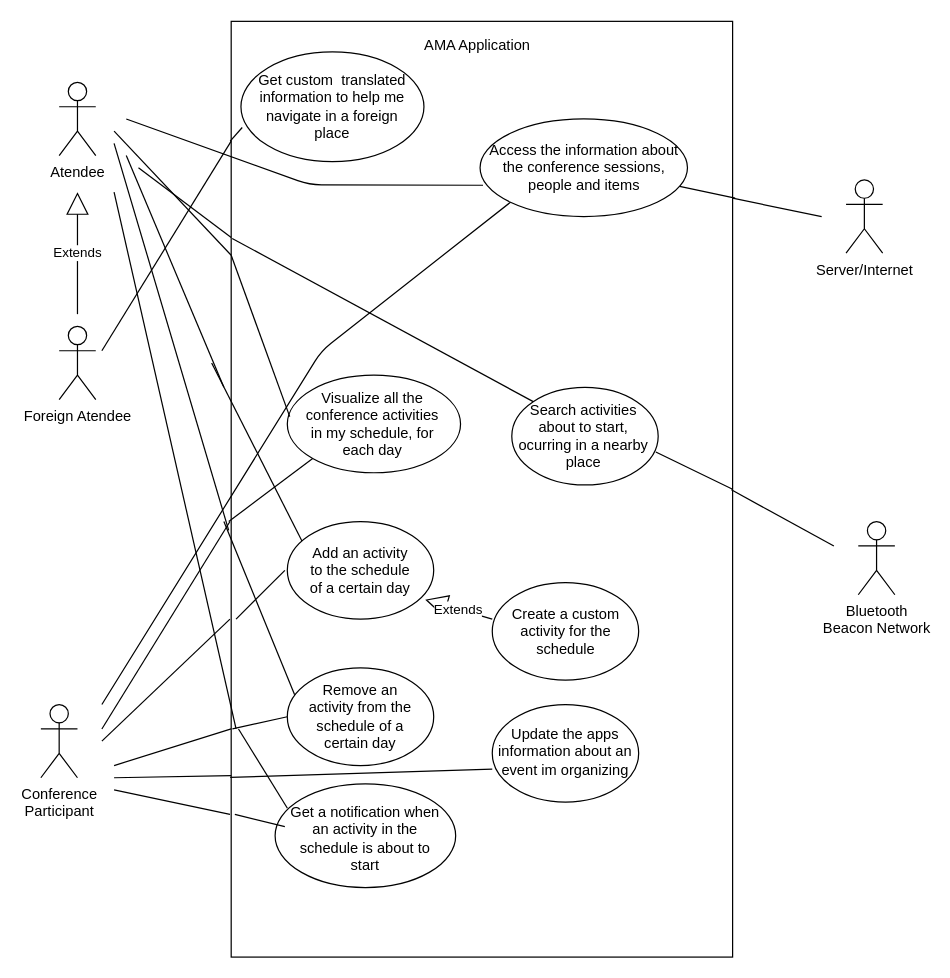
Above: docs/UseCaseDiagram.drawio in softeng-feup/open-cx-mr-simba (draw.io), before the change. Source tidied: cells renumbered, new cells numbered last; positions are measured from the earlier drawing's top-left corner, leaving out a move shared by most shapes. Both pictures are drawn from the tidied source at 122%, with x=0, y=0 at pixel (13, 33).
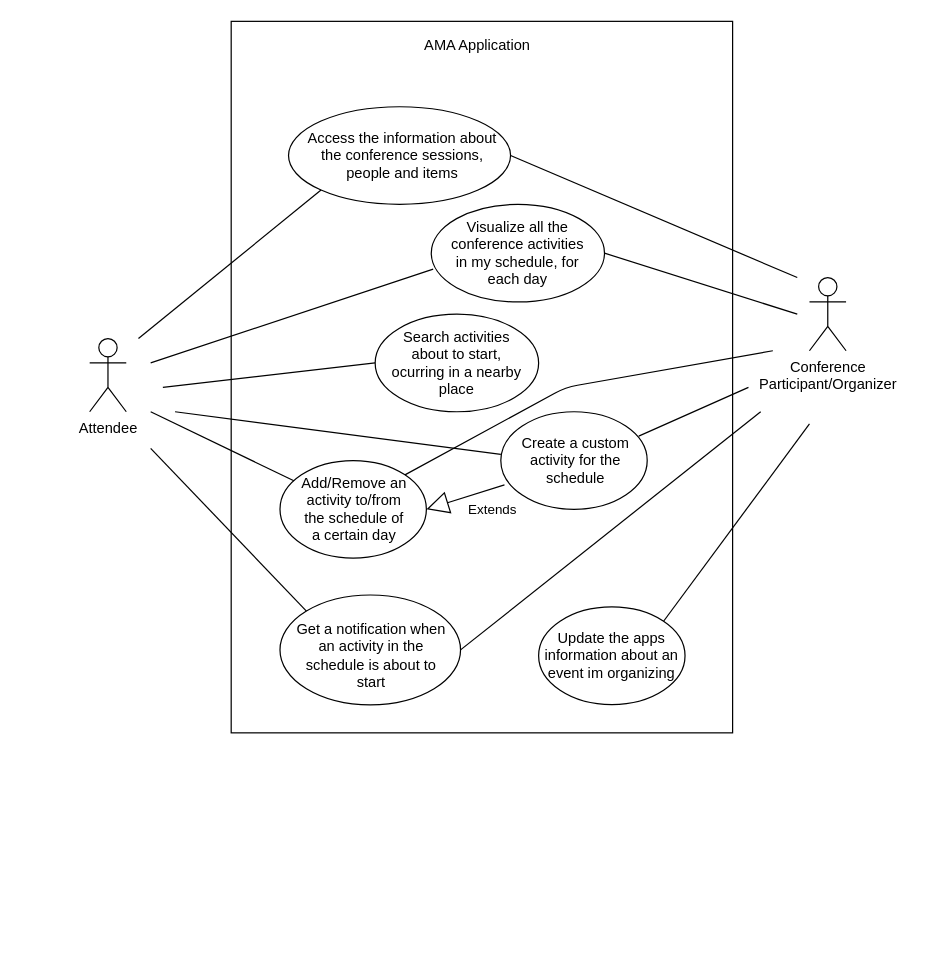
The same page after the edit.

Commit message (it also covers changes not shown here):
Updated use case diagram

Diff of the diagram source:
```diff
@@
-    <mxCell id="2" value="Atendee" style="shape=umlActor;html=1;verticalLabelPosition=bottom;verticalAlign=top;align=center;" parent="1" vertex="1">
-      <mxGeometry x="37" y="40" width="30" height="60" as="geometry" />
+    <mxCell id="2" value="Attendee" style="shape=umlActor;html=1;verticalLabelPosition=bottom;verticalAlign=top;align=center;" parent="1" vertex="1">
+      <mxGeometry x="62" y="250" width="30" height="60" as="geometry" />
     </mxCell>
-    <mxCell id="3" value="Conference&lt;br&gt;Participant" style="shape=umlActor;html=1;verticalLabelPosition=bottom;verticalAlign=top;align=center;" parent="1" vertex="1">
-      <mxGeometry x="22" y="550" width="30" height="60" as="geometry" />
+    <mxCell id="3" value="Conference&lt;br&gt;Participant/Organizer" style="shape=umlActor;html=1;verticalLabelPosition=bottom;verticalAlign=top;align=center;" parent="1" vertex="1">
+      <mxGeometry x="652" y="200" width="30" height="60" as="geometry" />
     </mxCell>
-    <mxCell id="4" value="Bluetooth &lt;br&gt;Beacon Network" style="shape=umlActor;html=1;verticalLabelPosition=bottom;verticalAlign=top;align=center;" parent="1" vertex="1">
-      <mxGeometry x="692" y="400" width="30" height="60" as="geometry" />
-    </mxCell>
     <mxCell id="5" style="rounded=0;whiteSpace=wrap;html=1;rotation=90;" parent="1" vertex="1">
-      <mxGeometry y="168" width="767" height="411" as="geometry" />
+      <mxGeometry x="91.9" y="76.1" width="583.2" height="411" as="geometry" />
     </mxCell>
@@
     <mxCell id="7" style="ellipse;whiteSpace=wrap;html=1;" parent="1" vertex="1">
-      <mxGeometry x="224" y="280" width="142" height="80" as="geometry" />
+      <mxGeometry x="342" y="140" width="142" height="80" as="geometry" />
     </mxCell>
     <mxCell id="8" value="Visualize all the conference activities in my schedule, for each day" style="text;html=1;strokeColor=none;fillColor=none;align=center;verticalAlign=middle;whiteSpace=wrap;rounded=0;" parent="1" vertex="1">
-      <mxGeometry x="238" y="310" width="112" height="20" as="geometry" />
+      <mxGeometry x="357" y="170" width="112" height="20" as="geometry" />
     </mxCell>
-    <mxCell id="9" style="endArrow=none;html=1;entryX=0.25;entryY=1;entryDx=0;entryDy=0;" parent="1" edge="1" target="5">
-      <mxGeometry relative="1" as="geometry">
-        <mxPoint x="82" y="80" as="sourcePoint" />
-      </mxGeometry>
-    </mxCell>
-    <mxCell id="10" style="endArrow=none;html=1;entryX=0.014;entryY=0.425;entryDx=0;entryDy=0;entryPerimeter=0;exitX=0.25;exitY=1;exitDx=0;exitDy=0;" parent="1" edge="1" source="5" target="7">
-      <mxGeometry relative="1" as="geometry" />
-    </mxCell>
     <mxCell id="11" style="ellipse;whiteSpace=wrap;html=1;" parent="1" vertex="1">
-      <mxGeometry x="224" y="400" width="120" height="80" as="geometry" />
+      <mxGeometry x="218" y="350" width="120" height="80" as="geometry" />
     </mxCell>
-    <mxCell id="12" style="endArrow=none;html=1;" parent="1" edge="1">
-      <mxGeometry relative="1" as="geometry">
-        <mxPoint x="72" y="570" as="sourcePoint" />
-        <mxPoint x="177" y="400" as="targetPoint" />
-      </mxGeometry>
-    </mxCell>
-    <mxCell id="13" style="endArrow=none;html=1;entryX=0;entryY=1;entryDx=0;entryDy=0;" parent="1" edge="1" target="7">
-      <mxGeometry relative="1" as="geometry">
-        <mxPoint x="176" y="400" as="sourcePoint" />
-      </mxGeometry>
-    </mxCell>
-    <mxCell id="14" value="Add an activity to the schedule of a certain day" style="text;html=1;strokeColor=none;fillColor=none;align=center;verticalAlign=middle;whiteSpace=wrap;rounded=0;" parent="1" vertex="1">
-      <mxGeometry x="238" y="430" width="92" height="20" as="geometry" />
-    </mxCell>
-    <mxCell id="15" style="ellipse;whiteSpace=wrap;html=1;" parent="1" vertex="1">
-      <mxGeometry x="224" y="520" width="120" height="80" as="geometry" />
-    </mxCell>
-    <mxCell id="16" value="Remove an activity from the schedule of a certain day" style="text;html=1;strokeColor=none;fillColor=none;align=center;verticalAlign=middle;whiteSpace=wrap;rounded=0;" parent="1" vertex="1">
-      <mxGeometry x="234" y="550" width="100" height="20" as="geometry" />
-    </mxCell>
     <mxCell id="17" style="ellipse;whiteSpace=wrap;html=1;" parent="1" vertex="1">
-      <mxGeometry x="214" y="615" width="148" height="85" as="geometry" />
+      <mxGeometry x="218" y="460.2" width="148" height="90" as="geometry" />
     </mxCell>
     <mxCell id="18" value="Get a notification when an activity in the schedule is about to start" style="text;html=1;strokeColor=none;fillColor=none;align=center;verticalAlign=middle;whiteSpace=wrap;rounded=0;" parent="1" vertex="1">
-      <mxGeometry x="224" y="650" width="128" height="20" as="geometry" />
+      <mxGeometry x="229" y="500" width="128" height="20" as="geometry" />
     </mxCell>
-    <mxCell id="19" style="endArrow=none;html=1;entryX=0.544;entryY=1.005;entryDx=0;entryDy=0;entryPerimeter=0;" parent="1" edge="1" target="5">
-      <mxGeometry relative="1" as="geometry">
-        <mxPoint x="82" y="90" as="sourcePoint" />
-      </mxGeometry>
-    </mxCell>
-    <mxCell id="20" style="endArrow=none;html=1;entryX=0.1;entryY=0.2;entryDx=0;entryDy=0;entryPerimeter=0;" parent="1" edge="1" target="11">
-      <mxGeometry relative="1" as="geometry">
-        <mxPoint x="162" y="270" as="sourcePoint" />
-      </mxGeometry>
-    </mxCell>
-    <mxCell id="21" style="endArrow=none;html=1;" parent="1" edge="1">
-      <mxGeometry relative="1" as="geometry">
-        <mxPoint x="72" y="580" as="sourcePoint" />
-        <mxPoint x="177" y="480" as="targetPoint" />
-      </mxGeometry>
-    </mxCell>
-    <mxCell id="22" style="endArrow=none;html=1;" parent="1" edge="1">
-      <mxGeometry relative="1" as="geometry">
-        <mxPoint x="182" y="480" as="sourcePoint" />
-        <mxPoint x="222" y="440" as="targetPoint" />
-      </mxGeometry>
-    </mxCell>
-    <mxCell id="23" style="endArrow=none;html=1;entryX=0.05;entryY=0.275;entryDx=0;entryDy=0;entryPerimeter=0;" parent="1" edge="1" target="15">
-      <mxGeometry relative="1" as="geometry">
-        <mxPoint x="172" y="400" as="sourcePoint" />
-      </mxGeometry>
-    </mxCell>
-    <mxCell id="24" style="endArrow=none;html=1;" parent="1" edge="1">
-      <mxGeometry relative="1" as="geometry">
-        <mxPoint x="82" y="600" as="sourcePoint" />
-        <mxPoint x="178" y="570" as="targetPoint" />
-      </mxGeometry>
-    </mxCell>
-    <mxCell id="25" style="endArrow=none;html=1;entryX=0;entryY=0.5;entryDx=0;entryDy=0;" parent="1" edge="1" target="15">
-      <mxGeometry relative="1" as="geometry">
-        <mxPoint x="179" y="570" as="sourcePoint" />
-      </mxGeometry>
-    </mxCell>
-    <mxCell id="26" style="endArrow=none;html=1;" parent="1" edge="1">
-      <mxGeometry relative="1" as="geometry">
-        <mxPoint x="82" y="130" as="sourcePoint" />
-        <mxPoint x="182" y="570" as="targetPoint" />
-      </mxGeometry>
-    </mxCell>
-    <mxCell id="27" style="endArrow=none;html=1;entryX=0.068;entryY=0.235;entryDx=0;entryDy=0;entryPerimeter=0;" parent="1" edge="1" target="17">
-      <mxGeometry relative="1" as="geometry">
-        <mxPoint x="184" y="570" as="sourcePoint" />
-      </mxGeometry>
-    </mxCell>
-    <mxCell id="28" style="endArrow=none;html=1;" parent="1" edge="1">
-      <mxGeometry relative="1" as="geometry">
-        <mxPoint x="82" y="620" as="sourcePoint" />
-        <mxPoint x="177" y="640" as="targetPoint" />
-      </mxGeometry>
-    </mxCell>
-    <mxCell id="29" style="endArrow=none;html=1;entryX=0.054;entryY=0.412;entryDx=0;entryDy=0;entryPerimeter=0;" parent="1" edge="1" target="17">
-      <mxGeometry relative="1" as="geometry">
-        <mxPoint x="181" y="640" as="sourcePoint" />
-      </mxGeometry>
-    </mxCell>
     <mxCell id="30" style="ellipse;whiteSpace=wrap;html=1;" parent="1" vertex="1">
-      <mxGeometry x="408" y="290" width="120" height="80" as="geometry" />
+      <mxGeometry x="296" y="230" width="134" height="80" as="geometry" />
     </mxCell>
     <mxCell id="31" value="Search activities about to start, ocurring in a nearby place" style="text;html=1;strokeColor=none;fillColor=none;align=center;verticalAlign=middle;whiteSpace=wrap;rounded=0;" parent="1" vertex="1">
-      <mxGeometry x="406" y="320" width="122" height="20" as="geometry" />
+      <mxGeometry x="302" y="260" width="122" height="20" as="geometry" />
     </mxCell>
-    <mxCell id="32" style="endArrow=none;html=1;" parent="1" edge="1">
-      <mxGeometry relative="1" as="geometry">
-        <mxPoint x="92" y="100" as="sourcePoint" />
-        <mxPoint x="172" y="290" as="targetPoint" />
-      </mxGeometry>
-    </mxCell>
-    <mxCell id="33" style="endArrow=none;html=1;exitX=0.232;exitY=0.998;exitDx=0;exitDy=0;exitPerimeter=0;entryX=0;entryY=0;entryDx=0;entryDy=0;" parent="1" edge="1" source="5" target="30">
-      <mxGeometry relative="1" as="geometry" />
-    </mxCell>
-    <mxCell id="34" style="endArrow=none;html=1;" parent="1" edge="1">
-      <mxGeometry relative="1" as="geometry">
-        <mxPoint x="588" y="374" as="sourcePoint" />
-        <mxPoint x="672" y="420" as="targetPoint" />
-      </mxGeometry>
-    </mxCell>
-    <mxCell id="35" style="endArrow=none;html=1;exitX=0.984;exitY=1.15;exitDx=0;exitDy=0;exitPerimeter=0;entryX=0.5;entryY=0;entryDx=0;entryDy=0;" parent="1" edge="1" source="31" target="5">
-      <mxGeometry relative="1" as="geometry" />
-    </mxCell>
-    <mxCell id="36" style="ellipse;whiteSpace=wrap;html=1;" parent="1" vertex="1">
-      <mxGeometry x="186" y="15" width="150" height="90" as="geometry" />
-    </mxCell>
-    <mxCell id="37" style="endArrow=none;html=1;entryX=0.231;entryY=1;entryDx=0;entryDy=0;entryPerimeter=0;" parent="1" edge="1" target="5">
-      <mxGeometry relative="1" as="geometry">
-        <mxPoint x="102" y="110" as="sourcePoint" />
-      </mxGeometry>
-    </mxCell>
-    <mxCell id="38" value="Extends" style="endArrow=block;endSize=16;endFill=0;html=1;" parent="1" edge="1">
-      <mxGeometry relative="1" as="geometry">
-        <mxPoint x="52" y="230" as="sourcePoint" />
-        <mxPoint x="52" y="130" as="targetPoint" />
-      </mxGeometry>
-    </mxCell>
-    <mxCell id="39" value="Foreign Atendee" style="shape=umlActor;verticalLabelPosition=bottom;labelBackgroundColor=#ffffff;verticalAlign=top;html=1;" parent="1" vertex="1">
-      <mxGeometry x="37" y="240" width="30" height="60" as="geometry" />
-    </mxCell>
-    <mxCell id="40" value="Get custom&amp;nbsp; translated information to help me navigate in a foreign place" style="text;html=1;strokeColor=none;fillColor=none;align=center;verticalAlign=middle;whiteSpace=wrap;rounded=0;" parent="1" vertex="1">
-      <mxGeometry x="190" y="50" width="142" height="20" as="geometry" />
-    </mxCell>
-    <mxCell id="41" style="endArrow=none;html=1;entryX=0.128;entryY=1;entryDx=0;entryDy=0;entryPerimeter=0;" parent="1" edge="1" target="5">
-      <mxGeometry relative="1" as="geometry">
-        <mxPoint x="72" y="260" as="sourcePoint" />
-      </mxGeometry>
-    </mxCell>
-    <mxCell id="42" style="endArrow=none;html=1;exitX=0.128;exitY=1.002;exitDx=0;exitDy=0;exitPerimeter=0;entryX=0.007;entryY=0.689;entryDx=0;entryDy=0;entryPerimeter=0;" parent="1" edge="1" source="5" target="36">
-      <mxGeometry relative="1" as="geometry" />
-    </mxCell>
     <mxCell id="43" style="ellipse;whiteSpace=wrap;html=1;" parent="1" vertex="1">
-      <mxGeometry x="392" y="550" width="120" height="80" as="geometry" />
+      <mxGeometry x="430" y="470" width="120" height="80" as="geometry" />
     </mxCell>
     <mxCell id="44" value="Update the apps information about an event im organizing" style="text;html=1;strokeColor=none;fillColor=none;align=center;verticalAlign=middle;whiteSpace=wrap;rounded=0;" parent="1" vertex="1">
-      <mxGeometry x="392" y="579" width="120" height="20" as="geometry" />
+      <mxGeometry x="430" y="500" width="120" height="20" as="geometry" />
     </mxCell>
-    <mxCell id="45" style="endArrow=none;html=1;entryX=0.806;entryY=1;entryDx=0;entryDy=0;entryPerimeter=0;" parent="1" edge="1" target="5">
-      <mxGeometry relative="1" as="geometry">
-        <mxPoint x="82" y="610" as="sourcePoint" />
-      </mxGeometry>
-    </mxCell>
-    <mxCell id="46" style="endArrow=none;html=1;exitX=0.808;exitY=1.002;exitDx=0;exitDy=0;exitPerimeter=0;entryX=0;entryY=1.2;entryDx=0;entryDy=0;entryPerimeter=0;" parent="1" edge="1" source="5" target="44">
-      <mxGeometry relative="1" as="geometry" />
-    </mxCell>
-    <mxCell id="47" value="Server/Internet" style="shape=umlActor;verticalLabelPosition=bottom;labelBackgroundColor=#ffffff;verticalAlign=top;html=1;" parent="1" vertex="1">
-      <mxGeometry x="682" y="120" width="30" height="60" as="geometry" />
-    </mxCell>
     <mxCell id="48" style="ellipse;whiteSpace=wrap;html=1;" parent="1" vertex="1">
-      <mxGeometry x="382" y="70" width="170" height="80" as="geometry" />
+      <mxGeometry x="225" y="60" width="182" height="80" as="geometry" />
     </mxCell>
-    <mxCell id="49" value="Extends" style="endArrow=block;endSize=16;endFill=0;html=1;entryX=0.942;entryY=0.8;entryDx=0;entryDy=0;entryPerimeter=0;" parent="1" edge="1" target="11">
-      <mxGeometry relative="1" as="geometry">
-        <mxPoint x="392" y="480" as="sourcePoint" />
-      </mxGeometry>
-    </mxCell>
     <mxCell id="50" style="ellipse;whiteSpace=wrap;html=1;" parent="1" vertex="1">
-      <mxGeometry x="392" y="450" width="120" height="80" as="geometry" />
+      <mxGeometry x="399" y="310" width="120" height="80" as="geometry" />
     </mxCell>
     <mxCell id="51" value="Create a custom activity for the schedule" style="text;html=1;strokeColor=none;fillColor=none;align=center;verticalAlign=middle;whiteSpace=wrap;rounded=0;" parent="1" vertex="1">
-      <mxGeometry x="390.5" y="480" width="123" height="20" as="geometry" />
+      <mxGeometry x="399" y="340" width="123" height="20" as="geometry" />
     </mxCell>
-    <mxCell id="52" style="endArrow=none;html=1;exitX=0.189;exitY=0;exitDx=0;exitDy=0;exitPerimeter=0;" parent="1" edge="1" source="5">
-      <mxGeometry relative="1" as="geometry">
-        <mxPoint x="662" y="150" as="targetPoint" />
-      </mxGeometry>
-    </mxCell>
-    <mxCell id="53" style="endArrow=none;html=1;entryX=0.189;entryY=-0.005;entryDx=0;entryDy=0;entryPerimeter=0;" parent="1" edge="1" source="48" target="5">
-      <mxGeometry relative="1" as="geometry" />
-    </mxCell>
     <mxCell id="54" value="Access the information about the conference sessions, people and items" style="text;html=1;strokeColor=none;fillColor=none;align=center;verticalAlign=middle;whiteSpace=wrap;rounded=0;" parent="1" vertex="1">
-      <mxGeometry x="386.5" y="100" width="161" height="20" as="geometry" />
+      <mxGeometry x="238" y="90" width="161" height="20" as="geometry" />
     </mxCell>
-    <mxCell id="55" style="endArrow=none;html=1;entryX=-0.013;entryY=1.217;entryDx=0;entryDy=0;entryPerimeter=0;" parent="1" edge="1" target="54">
-      <mxGeometry relative="1" as="geometry">
-        <mxPoint x="92" y="70" as="sourcePoint" />
-        <Array as="points">
-          <mxPoint x="242" y="124" />
-        </Array>
-      </mxGeometry>
-    </mxCell>
-    <mxCell id="56" style="endArrow=none;html=1;entryX=0;entryY=1;entryDx=0;entryDy=0;" parent="1" edge="1" target="48">
-      <mxGeometry relative="1" as="geometry">
-        <mxPoint x="72" y="550" as="sourcePoint" />
-        <Array as="points">
-          <mxPoint x="252" y="260" />
-        </Array>
-      </mxGeometry>
-    </mxCell>
+    <mxCell id="57" style="endArrow=none;html=1;entryX=0;entryY=1;entryDx=0;entryDy=0;" parent="1" edge="1" target="48">
+      <mxGeometry relative="1" as="geometry">
+        <mxPoint x="102" y="250" as="sourcePoint" />
+      </mxGeometry>
+    </mxCell>
+    <mxCell id="58" style="endArrow=none;html=1;entryX=1;entryY=0.5;entryDx=0;entryDy=0;" parent="1" edge="1" target="48">
+      <mxGeometry relative="1" as="geometry">
+        <mxPoint x="642" y="200" as="sourcePoint" />
+      </mxGeometry>
+    </mxCell>
+    <mxCell id="59" style="endArrow=none;html=1;entryX=0.011;entryY=0.663;entryDx=0;entryDy=0;entryPerimeter=0;" parent="1" edge="1" target="7">
+      <mxGeometry relative="1" as="geometry">
+        <mxPoint x="112" y="270" as="sourcePoint" />
+      </mxGeometry>
+    </mxCell>
+    <mxCell id="60" style="endArrow=none;html=1;exitX=1;exitY=0.5;exitDx=0;exitDy=0;" parent="1" edge="1" source="7">
+      <mxGeometry relative="1" as="geometry">
+        <mxPoint x="642" y="230" as="targetPoint" />
+      </mxGeometry>
+    </mxCell>
+    <mxCell id="61" style="endArrow=none;html=1;entryX=0;entryY=0.5;entryDx=0;entryDy=0;" parent="1" edge="1" target="30">
+      <mxGeometry relative="1" as="geometry">
+        <mxPoint x="122" y="290" as="sourcePoint" />
+      </mxGeometry>
+    </mxCell>
+    <mxCell id="62" style="endArrow=none;html=1;" parent="1" edge="1" target="11">
+      <mxGeometry relative="1" as="geometry">
+        <mxPoint x="112" y="310" as="sourcePoint" />
+      </mxGeometry>
+    </mxCell>
+    <mxCell id="63" style="endArrow=none;html=1;exitX=1;exitY=0;exitDx=0;exitDy=0;" parent="1" edge="1" source="11">
+      <mxGeometry relative="1" as="geometry">
+        <mxPoint x="622" y="260" as="targetPoint" />
+        <Array as="points">
+          <mxPoint x="452" y="290" />
+        </Array>
+      </mxGeometry>
+    </mxCell>
+    <mxCell id="64" style="endArrow=none;html=1;entryX=0;entryY=0.25;entryDx=0;entryDy=0;" parent="1" edge="1" target="51">
+      <mxGeometry relative="1" as="geometry">
+        <mxPoint x="132" y="310" as="sourcePoint" />
+      </mxGeometry>
+    </mxCell>
+    <mxCell id="14" value="Add/Remove an activity to/from the schedule of a certain day" style="text;html=1;strokeColor=none;fillColor=none;align=center;verticalAlign=middle;whiteSpace=wrap;rounded=0;" parent="1" vertex="1">
+      <mxGeometry x="233" y="380" width="92" height="20" as="geometry" />
+    </mxCell>
+    <mxCell id="65" value="Extends" style="endArrow=block;endSize=16;endFill=0;html=1;entryX=1;entryY=0.5;entryDx=0;entryDy=0;" parent="1" edge="1" target="11">
+      <mxGeometry x="-0.54" y="16" relative="1" as="geometry">
+        <mxPoint x="402" y="370" as="sourcePoint" />
+      </mxGeometry>
+    </mxCell>
+    <mxCell id="66" style="endArrow=none;html=1;exitX=0.919;exitY=-0.5;exitDx=0;exitDy=0;exitPerimeter=0;" parent="1" edge="1" source="51">
+      <mxGeometry relative="1" as="geometry">
+        <mxPoint x="602" y="290" as="targetPoint" />
+      </mxGeometry>
+    </mxCell>
+    <mxCell id="67" style="endArrow=none;html=1;exitX=0;exitY=0;exitDx=0;exitDy=0;" parent="1" edge="1" source="17">
+      <mxGeometry relative="1" as="geometry">
+        <mxPoint x="112" y="340" as="targetPoint" />
+      </mxGeometry>
+    </mxCell>
+    <mxCell id="68" style="endArrow=none;html=1;exitX=1;exitY=0.5;exitDx=0;exitDy=0;" parent="1" edge="1" source="17">
+      <mxGeometry relative="1" as="geometry">
+        <mxPoint x="612" y="310" as="targetPoint" />
+      </mxGeometry>
+    </mxCell>
+    <mxCell id="69" style="endArrow=none;html=1;exitX=1;exitY=0;exitDx=0;exitDy=0;" parent="1" edge="1" source="43">
+      <mxGeometry relative="1" as="geometry">
+        <mxPoint x="652" y="320" as="targetPoint" />
+      </mxGeometry>
+    </mxCell>
```
